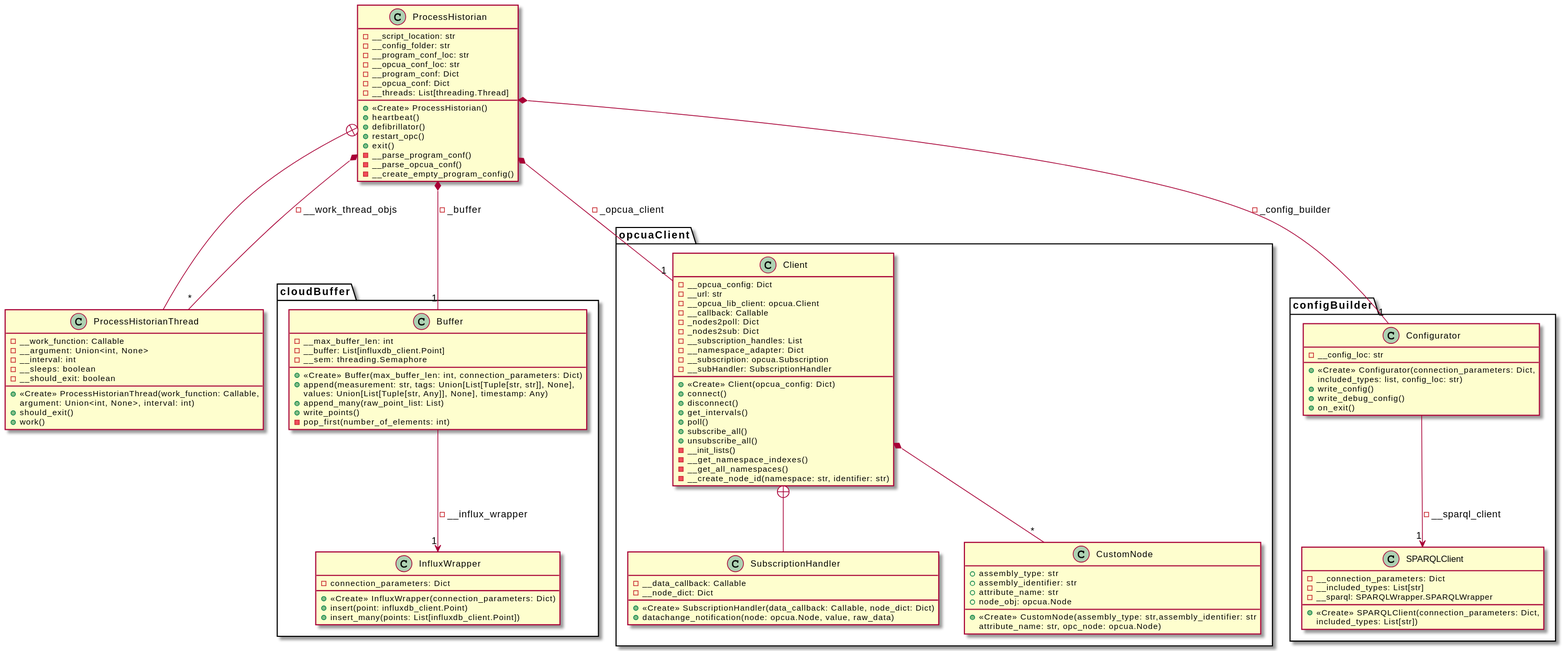
Praktikum-PvAS/process-historian keeps this PlantUML diagram as documentation/architecture/class_diagram.svg. Above is the earlier version.
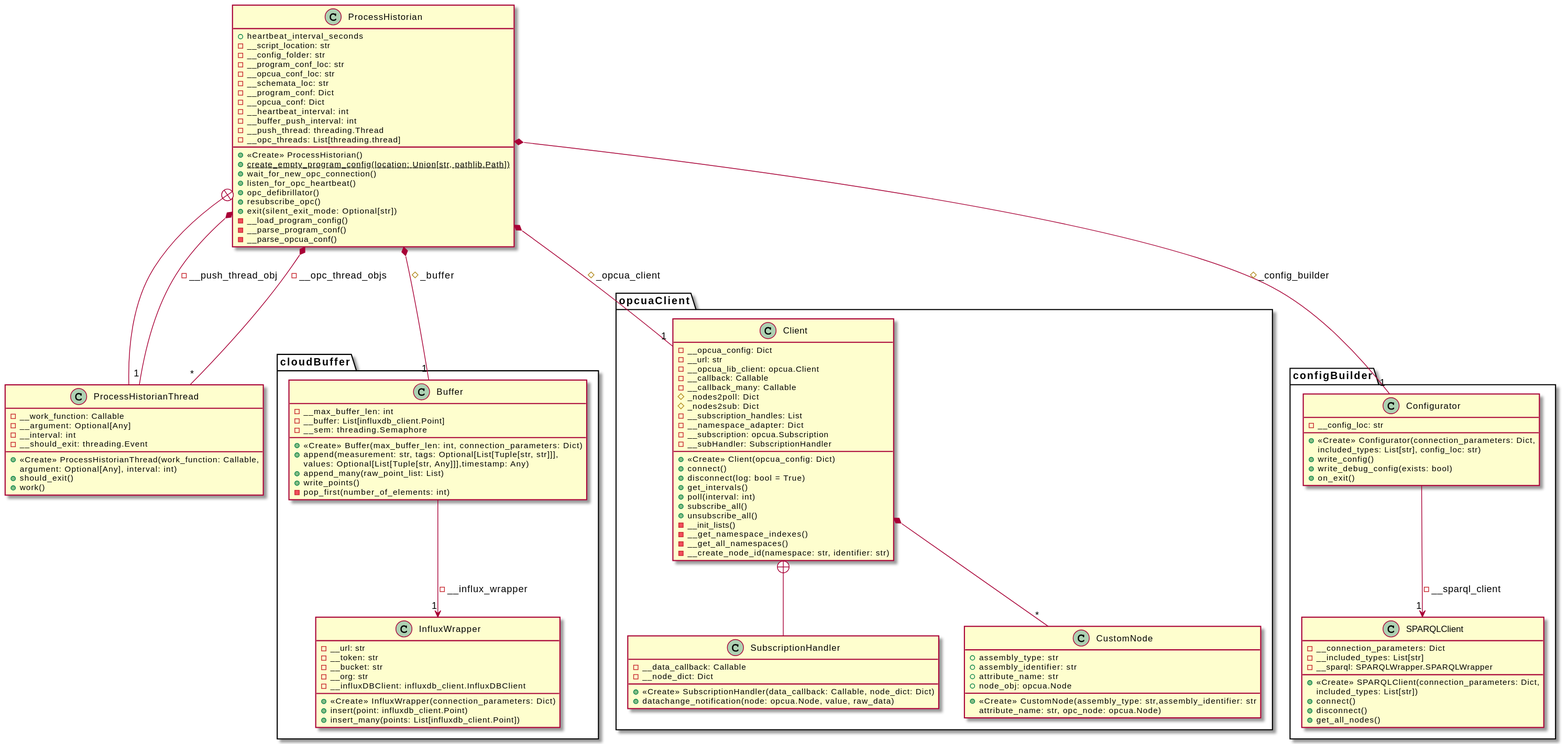
After the change.

The edit, as a diff of the source:
```diff
@@ -4,13 +4,17 @@
     - __buffer: List[influxdb_client.Point]
     - __sem: threading.Semaphore
     + <<Create>> Buffer(max_buffer_len: int, connection_parameters: Dict)
-    + append(measurement: str, tags: Union[List[Tuple[str, str]], None],\nvalues: Union[List[Tuple[str, Any]], None], timestamp: Any)
+    + append(measurement: str, tags: Optional[List[Tuple[str, str]]],\nvalues: Optional[List[Tuple[str, Any]]],timestamp: Any)
     + append_many(raw_point_list: List)
     + write_points()
     - pop_first(number_of_elements: int)
 }
 class cloudBuffer.InfluxWrapper{
-    - connection_parameters: Dict
+    - __url: str
+    - __token: str
+    - __bucket: str
+    - __org: str
+    - __influxDBClient: influxdb_client.InfluxDBClient
     + <<Create>> InfluxWrapper(connection_parameters: Dict)
     + insert(point: influxdb_client.Point)
     + insert_many(points: List[influxdb_client.Point])
@@ -22,17 +26,18 @@
     - __url: str
     - __opcua_lib_client: opcua.Client
     - __callback: Callable
-    - _nodes2poll: Dict
-    - _nodes2sub: Dict
+    - __callback_many: Callable
+    # _nodes2poll: Dict
+    # _nodes2sub: Dict
     - __subscription_handles: List
     - __namespace_adapter: Dict
     - __subscription: opcua.Subscription
     - __subHandler: SubscriptionHandler
     +<<Create>> Client(opcua_config: Dict)
     + connect()
-    + disconnect()
+    + disconnect(log: bool = True)
     + get_intervals()
-    + poll()
+    + poll(interval: int)
     + subscribe_all()
     + unsubscribe_all()
     - __init_lists()
@@ -59,9 +64,9 @@
 
 class configBuilder.Configurator {
     - __config_loc: str
-    + <<Create>> Configurator(connection_parameters: Dict,\nincluded_types: list, config_loc: str)
+    + <<Create>> Configurator(connection_parameters: Dict,\nincluded_types: List[str], config_loc: str)
     + write_config()
-    + write_debug_config()
+    + write_debug_config(exists: bool)
     + on_exit()
 }
 class configBuilder.SPARQLClient{
@@ -69,39 +74,49 @@
     - __included_types: List[str]
     - __sparql: SPARQLWrapper.SPARQLWrapper
     + <<Create>> SPARQLClient(connection_parameters: Dict,\nincluded_types: List[str])
+    + connect()
+    + disconnect()
+    + get_all_nodes()
 }
 configBuilder.Configurator --> "1" configBuilder.SPARQLClient: - __sparql_client
 
 class ProcessHistorian {
+    + heartbeat_interval_seconds
     - __script_location: str
     - __config_folder: str
     - __program_conf_loc: str
     - __opcua_conf_loc: str
+    - __schemata_loc: str
     - __program_conf: Dict
     - __opcua_conf: Dict
-    - __threads: List[threading.Thread]
+    - __heartbeat_interval: int
+    - __buffer_push_interval: int
+    - __push_thread: threading.Thread
+    - __opc_threads: List[threading.thread]
     + <<Create>> ProcessHistorian()
-    + heartbeat()
-    + defibrillator()
-    + restart_opc()
-    + exit()
+    + {static} create_empty_program_config(location: Union[str, pathlib.Path])
+    + wait_for_new_opc_connection()
+    + listen_for_opc_heartbeat()
+    + opc_defibrillator()
+    + resubscribe_opc()
+    + exit(silent_exit_mode: Optional[str])
+    - __load_program_config()
     - __parse_program_conf()
     - __parse_opcua_conf()
-    - __create_empty_program_config()
 }
-ProcessHistorian *-- "1" cloudBuffer.Buffer: - _buffer
-ProcessHistorian *-- "1" opcuaClient.Client: - _opcua_client
-ProcessHistorian *-- "1" configBuilder.Configurator: -_config_builder
+ProcessHistorian *-- "1" cloudBuffer.Buffer: # _buffer
+ProcessHistorian *-- "1" opcuaClient.Client: # _opcua_client
+ProcessHistorian *-- "1" configBuilder.Configurator: # _config_builder
 ProcessHistorian +-- ProcessHistorianThread
-ProcessHistorian *-- "*" ProcessHistorianThread: - __work_thread_objs
+ProcessHistorian *-- "1" ProcessHistorianThread: - __push_thread_obj
+ProcessHistorian *-- "*" ProcessHistorianThread: - __opc_thread_objs
 
 class ProcessHistorianThread {
     - __work_function: Callable
-    - __argument: Union<int, None>
+    - __argument: Optional[Any]
     - __interval: int
-    - __sleeps: boolean
-    - __should_exit: boolean
-    + <<Create>> ProcessHistorianThread(work_function: Callable,\nargument: Union<int, None>, interval: int)
+    - __should_exit: threading.Event
+    + <<Create>> ProcessHistorianThread(work_function: Callable,\nargument: Optional[Any], interval: int)
     + should_exit()
     + work()
 }
```
